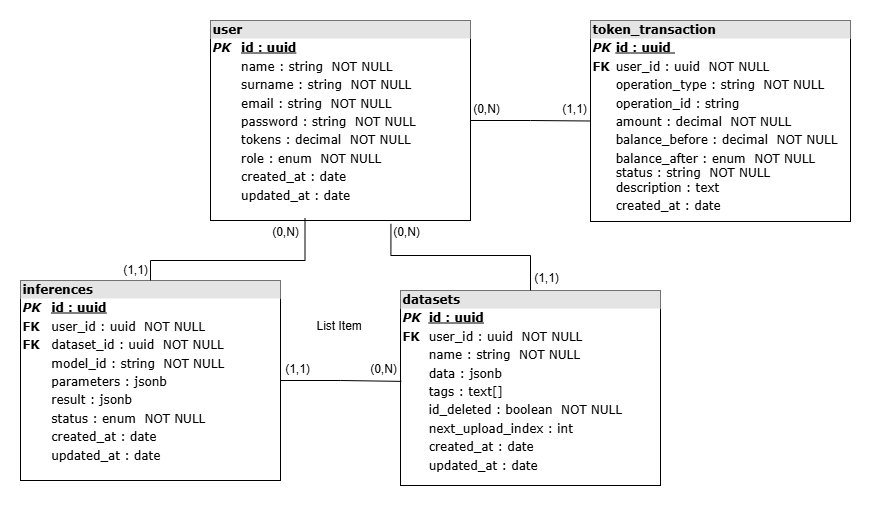
Earlier version of the draw.io export public/Database.png (L041B/Advanced-Programming-Inpainting). Source tidied: cells renumbered, new cells last; positions are measured from the earlier drawing's top-left corner, leaving out a move shared by most shapes.
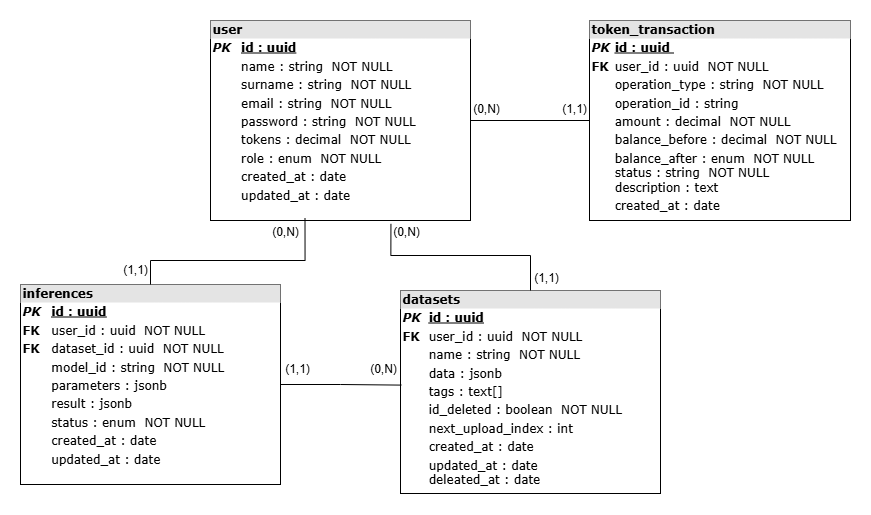
After the commit.

Diff of the diagram source:
```diff
@@ -8,14 +8,14 @@
     <mxCell id="3" value="&lt;div style=&quot;box-sizing: border-box; width: 100%; background: rgb(228, 228, 228); padding: 2px;&quot;&gt;&lt;b&gt;user&lt;/b&gt;&lt;/div&gt;&lt;table style=&quot;width: 100% ; font-size: 1em&quot; cellpadding=&quot;2&quot; cellspacing=&quot;0&quot;&gt;&lt;tbody&gt;&lt;tr&gt;&lt;td&gt;&lt;i style=&quot;&quot;&gt;&lt;b&gt;PK&lt;/b&gt;&lt;/i&gt;&lt;/td&gt;&lt;td&gt;&lt;b&gt;&lt;u&gt;id : uuid&lt;/u&gt;&lt;/b&gt;&amp;nbsp;&lt;/td&gt;&lt;/tr&gt;&lt;tr&gt;&lt;td&gt;&lt;br&gt;&lt;/td&gt;&lt;td&gt;name : string&amp;nbsp; NOT NULL&lt;/td&gt;&lt;/tr&gt;&lt;tr&gt;&lt;td&gt;&lt;/td&gt;&lt;td&gt;surname : string&amp;nbsp; NOT NULL&lt;/td&gt;&lt;/tr&gt;&lt;tr&gt;&lt;td&gt;&lt;br&gt;&lt;/td&gt;&lt;td&gt;email : string&amp;nbsp; NOT NULL&lt;/td&gt;&lt;/tr&gt;&lt;tr&gt;&lt;td&gt;&lt;br&gt;&lt;/td&gt;&lt;td&gt;password : string&amp;nbsp; NOT NULL&lt;/td&gt;&lt;/tr&gt;&lt;tr&gt;&lt;td&gt;&lt;br&gt;&lt;/td&gt;&lt;td&gt;tokens : decimal&amp;nbsp; NOT NULL&lt;/td&gt;&lt;/tr&gt;&lt;tr&gt;&lt;td&gt;&lt;br&gt;&lt;/td&gt;&lt;td&gt;role : enum&amp;nbsp; NOT NULL&lt;/td&gt;&lt;/tr&gt;&lt;tr&gt;&lt;td&gt;&lt;br&gt;&lt;/td&gt;&lt;td&gt;created_at : date&lt;/td&gt;&lt;/tr&gt;&lt;tr&gt;&lt;td&gt;&lt;br&gt;&lt;/td&gt;&lt;td&gt;updated_at : date&lt;/td&gt;&lt;/tr&gt;&lt;tr&gt;&lt;td&gt;&lt;/td&gt;&lt;td&gt;&lt;br&gt;&lt;/td&gt;&lt;/tr&gt;&lt;/tbody&gt;&lt;/table&gt;" style="verticalAlign=top;align=left;overflow=fill;html=1;rounded=0;shadow=0;comic=0;labelBackgroundColor=none;strokeWidth=1;fontFamily=Verdana;fontSize=12;" parent="1" vertex="1">
       <mxGeometry x="190" width="260" height="200" as="geometry" />
     </mxCell>
-    <mxCell id="4" value="&lt;div style=&quot;box-sizing: border-box; width: 100%; background: rgb(228, 228, 228); padding: 2px;&quot;&gt;&lt;b&gt;token_transaction&lt;/b&gt;&lt;/div&gt;&lt;table style=&quot;width: 100% ; font-size: 1em&quot; cellpadding=&quot;2&quot; cellspacing=&quot;0&quot;&gt;&lt;tbody&gt;&lt;tr&gt;&lt;td&gt;&lt;i style=&quot;&quot;&gt;&lt;b&gt;PK&lt;/b&gt;&lt;/i&gt;&lt;/td&gt;&lt;td&gt;&lt;b&gt;&lt;u&gt;id : uuid&amp;nbsp;&lt;/u&gt;&lt;/b&gt;&amp;nbsp;&lt;/td&gt;&lt;/tr&gt;&lt;tr&gt;&lt;td&gt;&lt;b&gt;FK&lt;/b&gt;&lt;/td&gt;&lt;td&gt;user_id : uuid&amp;nbsp; NOT NULL&lt;/td&gt;&lt;/tr&gt;&lt;tr&gt;&lt;td&gt;&lt;/td&gt;&lt;td&gt;operation_type : string&amp;nbsp; NOT NULL&lt;/td&gt;&lt;/tr&gt;&lt;tr&gt;&lt;td&gt;&lt;br&gt;&lt;/td&gt;&lt;td&gt;operation_id : string&amp;nbsp;&amp;nbsp;&lt;/td&gt;&lt;/tr&gt;&lt;tr&gt;&lt;td&gt;&lt;br&gt;&lt;/td&gt;&lt;td&gt;amount : decimal&amp;nbsp; NOT NULL&lt;/td&gt;&lt;/tr&gt;&lt;tr&gt;&lt;td&gt;&lt;br&gt;&lt;/td&gt;&lt;td&gt;balance_before : decimal&amp;nbsp; NOT NULL&lt;/td&gt;&lt;/tr&gt;&lt;tr&gt;&lt;td&gt;&lt;br&gt;&lt;/td&gt;&lt;td&gt;balance_after : enum&amp;nbsp; NOT NULL&lt;br&gt;status : string&amp;nbsp; NOT NULL&lt;br&gt;description : text&lt;/td&gt;&lt;/tr&gt;&lt;tr&gt;&lt;td&gt;&lt;br&gt;&lt;/td&gt;&lt;td&gt;created_at : date&lt;/td&gt;&lt;/tr&gt;&lt;tr&gt;&lt;td&gt;&lt;br&gt;&lt;/td&gt;&lt;td&gt;&lt;br&gt;&lt;/td&gt;&lt;/tr&gt;&lt;tr&gt;&lt;td&gt;&lt;/td&gt;&lt;td&gt;&lt;br&gt;&lt;/td&gt;&lt;/tr&gt;&lt;/tbody&gt;&lt;/table&gt;" style="verticalAlign=top;align=left;overflow=fill;html=1;rounded=0;shadow=0;comic=0;labelBackgroundColor=none;strokeWidth=1;fontFamily=Verdana;fontSize=12;" parent="1" vertex="1">
-      <mxGeometry x="570" width="260" height="201" as="geometry" />
+    <mxCell id="4" value="&lt;div style=&quot;box-sizing: border-box; width: 100%; background: rgb(228, 228, 228); padding: 2px;&quot;&gt;&lt;b&gt;token_transaction&lt;/b&gt;&lt;/div&gt;&lt;table style=&quot;width: 100% ; font-size: 1em&quot; cellpadding=&quot;2&quot; cellspacing=&quot;0&quot;&gt;&lt;tbody&gt;&lt;tr&gt;&lt;td&gt;&lt;i style=&quot;&quot;&gt;&lt;b&gt;PK&lt;/b&gt;&lt;/i&gt;&lt;/td&gt;&lt;td&gt;&lt;b&gt;&lt;u&gt;id : uuid&amp;nbsp;&lt;/u&gt;&lt;/b&gt;&amp;nbsp;&lt;/td&gt;&lt;/tr&gt;&lt;tr&gt;&lt;td&gt;&lt;b&gt;FK&lt;/b&gt;&lt;/td&gt;&lt;td&gt;user_id : uuid&amp;nbsp; NOT NULL&lt;/td&gt;&lt;/tr&gt;&lt;tr&gt;&lt;td&gt;&lt;/td&gt;&lt;td&gt;operation_type : string&amp;nbsp; NOT NULL&lt;/td&gt;&lt;/tr&gt;&lt;tr&gt;&lt;td&gt;&lt;br&gt;&lt;/td&gt;&lt;td&gt;operation_id : string&amp;nbsp;&amp;nbsp;&lt;/td&gt;&lt;/tr&gt;&lt;tr&gt;&lt;td&gt;&lt;br&gt;&lt;/td&gt;&lt;td&gt;amount : decimal&amp;nbsp; NOT NULL&lt;/td&gt;&lt;/tr&gt;&lt;tr&gt;&lt;td&gt;&lt;br&gt;&lt;/td&gt;&lt;td&gt;balance_before : decimal&amp;nbsp; NOT NULL&lt;/td&gt;&lt;/tr&gt;&lt;tr&gt;&lt;td&gt;&lt;br&gt;&lt;/td&gt;&lt;td&gt;balance_after : enum&amp;nbsp; NOT NULL&lt;br&gt;status : string&amp;nbsp; NOT NULL&lt;br&gt;description : text&lt;/td&gt;&lt;/tr&gt;&lt;tr&gt;&lt;td&gt;&lt;br&gt;&lt;/td&gt;&lt;td&gt;created_at : date&lt;br&gt;&lt;br&gt;&lt;/td&gt;&lt;/tr&gt;&lt;tr&gt;&lt;td&gt;&lt;br&gt;&lt;/td&gt;&lt;td&gt;&lt;br&gt;&lt;/td&gt;&lt;/tr&gt;&lt;tr&gt;&lt;td&gt;&lt;/td&gt;&lt;td&gt;&lt;br&gt;&lt;/td&gt;&lt;/tr&gt;&lt;/tbody&gt;&lt;/table&gt;" style="verticalAlign=top;align=left;overflow=fill;html=1;rounded=0;shadow=0;comic=0;labelBackgroundColor=none;strokeWidth=1;fontFamily=Verdana;fontSize=12;" parent="1" vertex="1">
+      <mxGeometry x="569" width="261" height="200" as="geometry" />
     </mxCell>
-    <mxCell id="5" value="&lt;div style=&quot;box-sizing: border-box; width: 100%; background: rgb(228, 228, 228); padding: 2px;&quot;&gt;&lt;b&gt;datasets&lt;/b&gt;&lt;/div&gt;&lt;table style=&quot;width: 100% ; font-size: 1em&quot; cellpadding=&quot;2&quot; cellspacing=&quot;0&quot;&gt;&lt;tbody&gt;&lt;tr&gt;&lt;td&gt;&lt;i style=&quot;&quot;&gt;&lt;b&gt;PK&lt;/b&gt;&lt;/i&gt;&lt;/td&gt;&lt;td&gt;&lt;b&gt;&lt;u&gt;id : uuid&lt;/u&gt;&lt;/b&gt;&amp;nbsp;&lt;br&gt;&lt;/td&gt;&lt;/tr&gt;&lt;tr&gt;&lt;td&gt;&lt;b&gt;FK&lt;/b&gt;&lt;br&gt;&lt;/td&gt;&lt;td&gt;user_id : uuid&amp;nbsp; NOT NULL&lt;/td&gt;&lt;/tr&gt;&lt;tr&gt;&lt;td&gt;&lt;/td&gt;&lt;td&gt;name : string&amp;nbsp; NOT NULL&lt;/td&gt;&lt;/tr&gt;&lt;tr&gt;&lt;td&gt;&lt;br&gt;&lt;/td&gt;&lt;td&gt;data : jsonb&lt;/td&gt;&lt;/tr&gt;&lt;tr&gt;&lt;td&gt;&lt;br&gt;&lt;/td&gt;&lt;td&gt;tags : text[]&lt;/td&gt;&lt;/tr&gt;&lt;tr&gt;&lt;td&gt;&lt;br&gt;&lt;/td&gt;&lt;td&gt;id_deleted : boolean&amp;nbsp; NOT NULL&lt;/td&gt;&lt;/tr&gt;&lt;tr&gt;&lt;td&gt;&lt;br&gt;&lt;/td&gt;&lt;td&gt;next_upload_index : int&lt;/td&gt;&lt;/tr&gt;&lt;tr&gt;&lt;td&gt;&lt;br&gt;&lt;/td&gt;&lt;td&gt;created_at : date&lt;/td&gt;&lt;/tr&gt;&lt;tr&gt;&lt;td&gt;&lt;br&gt;&lt;/td&gt;&lt;td&gt;updated_at : date&lt;/td&gt;&lt;/tr&gt;&lt;tr&gt;&lt;td&gt;&lt;/td&gt;&lt;td&gt;&lt;br&gt;&lt;/td&gt;&lt;/tr&gt;&lt;/tbody&gt;&lt;/table&gt;" style="verticalAlign=top;align=left;overflow=fill;html=1;rounded=0;shadow=0;comic=0;labelBackgroundColor=none;strokeWidth=1;fontFamily=Verdana;fontSize=12;" parent="1" vertex="1">
-      <mxGeometry x="380" y="270" width="260" height="195" as="geometry" />
+    <mxCell id="5" value="&lt;div style=&quot;box-sizing: border-box; width: 100%; background: rgb(228, 228, 228); padding: 2px;&quot;&gt;&lt;b&gt;datasets&lt;/b&gt;&lt;/div&gt;&lt;table style=&quot;width: 100% ; font-size: 1em&quot; cellpadding=&quot;2&quot; cellspacing=&quot;0&quot;&gt;&lt;tbody&gt;&lt;tr&gt;&lt;td&gt;&lt;i style=&quot;&quot;&gt;&lt;b&gt;PK&lt;/b&gt;&lt;/i&gt;&lt;/td&gt;&lt;td&gt;&lt;b&gt;&lt;u&gt;id : uuid&lt;/u&gt;&lt;/b&gt;&amp;nbsp;&lt;br&gt;&lt;/td&gt;&lt;/tr&gt;&lt;tr&gt;&lt;td&gt;&lt;b&gt;FK&lt;/b&gt;&lt;br&gt;&lt;/td&gt;&lt;td&gt;user_id : uuid&amp;nbsp; NOT NULL&lt;/td&gt;&lt;/tr&gt;&lt;tr&gt;&lt;td&gt;&lt;/td&gt;&lt;td&gt;name : string&amp;nbsp; NOT NULL&lt;/td&gt;&lt;/tr&gt;&lt;tr&gt;&lt;td&gt;&lt;br&gt;&lt;/td&gt;&lt;td&gt;data : jsonb&lt;/td&gt;&lt;/tr&gt;&lt;tr&gt;&lt;td&gt;&lt;br&gt;&lt;/td&gt;&lt;td&gt;tags : text[]&lt;/td&gt;&lt;/tr&gt;&lt;tr&gt;&lt;td&gt;&lt;br&gt;&lt;/td&gt;&lt;td&gt;id_deleted : boolean&amp;nbsp; NOT NULL&lt;/td&gt;&lt;/tr&gt;&lt;tr&gt;&lt;td&gt;&lt;br&gt;&lt;/td&gt;&lt;td&gt;next_upload_index : int&lt;/td&gt;&lt;/tr&gt;&lt;tr&gt;&lt;td&gt;&lt;br&gt;&lt;/td&gt;&lt;td&gt;created_at : date&lt;/td&gt;&lt;/tr&gt;&lt;tr&gt;&lt;td&gt;&lt;br&gt;&lt;/td&gt;&lt;td&gt;updated_at : date&lt;br&gt;deleated_at : date&lt;/td&gt;&lt;/tr&gt;&lt;tr&gt;&lt;td&gt;&lt;/td&gt;&lt;td&gt;&lt;br&gt;&lt;/td&gt;&lt;/tr&gt;&lt;/tbody&gt;&lt;/table&gt;" style="verticalAlign=top;align=left;overflow=fill;html=1;rounded=0;shadow=0;comic=0;labelBackgroundColor=none;strokeWidth=1;fontFamily=Verdana;fontSize=12;" parent="1" vertex="1">
+      <mxGeometry x="380" y="270" width="260" height="203" as="geometry" />
     </mxCell>
     <mxCell id="6" value="&lt;div style=&quot;box-sizing: border-box; width: 100%; background: rgb(228, 228, 228); padding: 2px;&quot;&gt;&lt;b&gt;inferences&lt;/b&gt;&lt;/div&gt;&lt;table style=&quot;width: 100% ; font-size: 1em&quot; cellpadding=&quot;2&quot; cellspacing=&quot;0&quot;&gt;&lt;tbody&gt;&lt;tr&gt;&lt;td&gt;&lt;i style=&quot;&quot;&gt;&lt;b&gt;PK&lt;/b&gt;&lt;/i&gt;&lt;/td&gt;&lt;td&gt;&lt;b&gt;&lt;u&gt;id : uuid&lt;/u&gt;&lt;/b&gt;&lt;/td&gt;&lt;/tr&gt;&lt;tr&gt;&lt;td&gt;&lt;b&gt;FK&lt;/b&gt;&lt;/td&gt;&lt;td&gt;user_id : uuid&amp;nbsp; NOT NULL&lt;/td&gt;&lt;/tr&gt;&lt;tr&gt;&lt;td&gt;&lt;b&gt;FK&lt;/b&gt;&lt;/td&gt;&lt;td&gt;dataset_id : uuid&amp;nbsp; NOT NULL&lt;/td&gt;&lt;/tr&gt;&lt;tr&gt;&lt;td&gt;&lt;br&gt;&lt;/td&gt;&lt;td&gt;model_id : string&amp;nbsp; NOT NULL&lt;/td&gt;&lt;/tr&gt;&lt;tr&gt;&lt;td&gt;&lt;br&gt;&lt;/td&gt;&lt;td&gt;parameters : jsonb&amp;nbsp;&amp;nbsp;&lt;/td&gt;&lt;/tr&gt;&lt;tr&gt;&lt;td&gt;&lt;br&gt;&lt;/td&gt;&lt;td&gt;result : jsonb&amp;nbsp;&amp;nbsp;&lt;/td&gt;&lt;/tr&gt;&lt;tr&gt;&lt;td&gt;&lt;br&gt;&lt;/td&gt;&lt;td&gt;status : enum&amp;nbsp; NOT NULL&lt;/td&gt;&lt;/tr&gt;&lt;tr&gt;&lt;td&gt;&lt;br&gt;&lt;/td&gt;&lt;td&gt;created_at : date&lt;/td&gt;&lt;/tr&gt;&lt;tr&gt;&lt;td&gt;&lt;br&gt;&lt;/td&gt;&lt;td&gt;updated_at : date&lt;/td&gt;&lt;/tr&gt;&lt;tr&gt;&lt;td&gt;&lt;/td&gt;&lt;td&gt;&lt;br&gt;&lt;/td&gt;&lt;/tr&gt;&lt;/tbody&gt;&lt;/table&gt;" style="verticalAlign=top;align=left;overflow=fill;html=1;rounded=0;shadow=0;comic=0;labelBackgroundColor=none;strokeWidth=1;fontFamily=Verdana;fontSize=12;" parent="1" vertex="1">
-      <mxGeometry y="260" width="260" height="200" as="geometry" />
+      <mxGeometry y="264" width="260" height="200" as="geometry" />
     </mxCell>
     <mxCell id="7" style="edgeStyle=orthogonalEdgeStyle;rounded=0;jettySize=auto;html=1;exitX=0.5;exitY=0;exitDx=0;exitDy=0;entryX=0.694;entryY=1.017;entryDx=0;entryDy=0;entryPerimeter=0;endArrow=none;endFill=0;" parent="1" edge="1" source="5" target="3">
       <mxGeometry relative="1" as="geometry" />
@@ -31,9 +31,6 @@
         </Array>
       </mxGeometry>
     </mxCell>
-    <mxCell id="10" value="List Item" style="text;strokeColor=none;fillColor=none;align=left;verticalAlign=middle;spacingLeft=4;spacingRight=4;overflow=hidden;whiteSpace=wrap;html=1;" parent="1" vertex="1">
-      <mxGeometry x="290" y="290" width="80" height="30" as="geometry" />
-    </mxCell>
     <mxCell id="11" value="(0,N)" style="text;html=1;align=center;verticalAlign=middle;whiteSpace=wrap;rounded=0;" parent="1" vertex="1">
       <mxGeometry x="436" y="73" width="60" height="30" as="geometry" />
     </mxCell>
```
